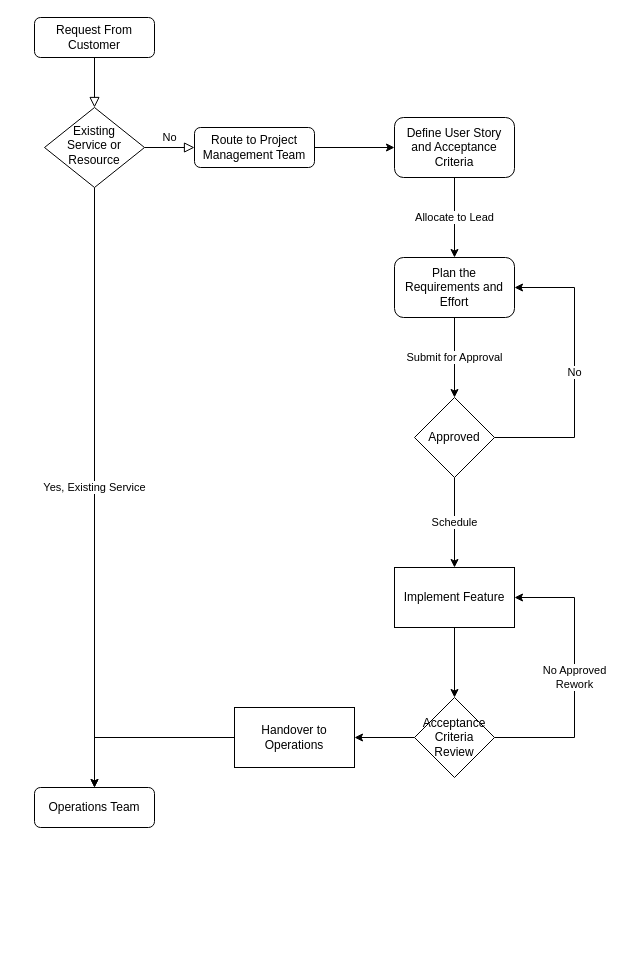
Above: Untitled Diagram.drawio in DamianFlynn/temp (draw.io), before the change. Source tidied: cells renumbered, new cells numbered last; positions are measured from the earlier drawing's top-left corner, leaving out a move shared by most shapes. Both pictures are drawn from the tidied source at 100%, with x=0, y=0 at pixel (34, 17).
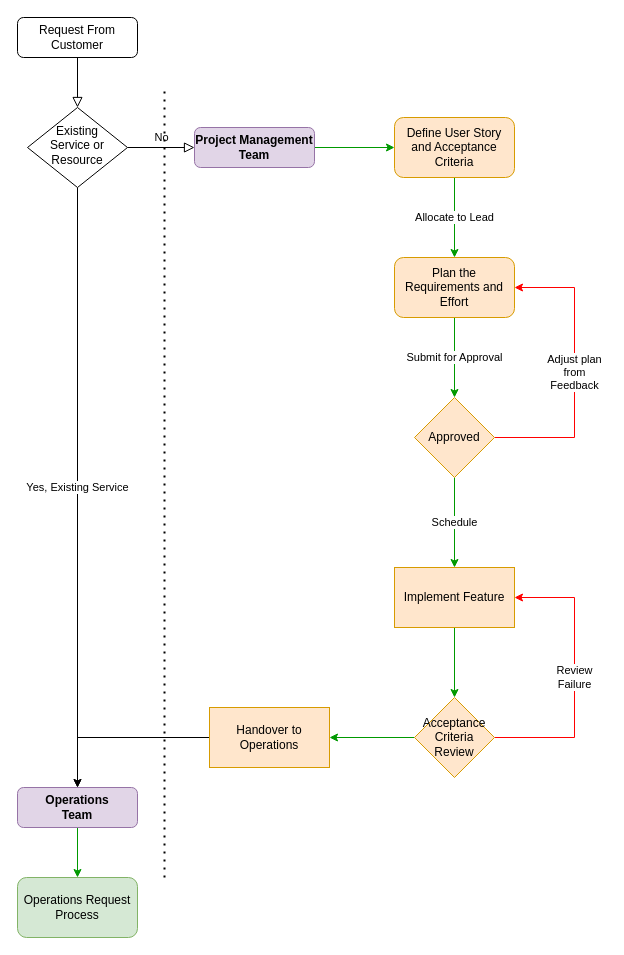
Above is the later version.

Commit message:
Customer Request Process Flow.drawio

Change to the diagram source:
```diff
@@
     <mxCell id="3" value="Request From Customer" style="rounded=1;whiteSpace=wrap;html=1;fontSize=12;glass=0;strokeWidth=1;shadow=0;" parent="1" vertex="1">
-      <mxGeometry width="120" height="40" as="geometry" />
+      <mxGeometry x="-17" width="120" height="40" as="geometry" />
     </mxCell>
@@
     <mxCell id="6" value="&lt;div&gt;Existing &lt;br&gt;&lt;/div&gt;&lt;div&gt;Service or Resource&lt;/div&gt;" style="rhombus;whiteSpace=wrap;html=1;shadow=0;fontFamily=Helvetica;fontSize=12;align=center;strokeWidth=1;spacing=6;spacingTop=-4;" parent="1" vertex="1">
-      <mxGeometry x="10" y="90" width="100" height="80" as="geometry" />
+      <mxGeometry x="-7" y="90" width="100" height="80" as="geometry" />
     </mxCell>
-    <mxCell id="7" style="edgeStyle=orthogonalEdgeStyle;rounded=0;jettySize=auto;html=1;" parent="1" edge="1" source="8" target="11">
+    <mxCell id="7" style="edgeStyle=orthogonalEdgeStyle;rounded=0;jettySize=auto;html=1;fillColor=#ffe6cc;strokeColor=#009900;" parent="1" edge="1" source="8" target="11">
       <mxGeometry relative="1" as="geometry" />
     </mxCell>
-    <mxCell id="8" value="Route to Project Management Team" style="rounded=1;whiteSpace=wrap;html=1;fontSize=12;glass=0;strokeWidth=1;shadow=0;" parent="1" vertex="1">
+    <mxCell id="8" value="Project Management Team" style="rounded=1;whiteSpace=wrap;html=1;fontSize=12;glass=0;strokeWidth=1;shadow=0;fillColor=#e1d5e7;strokeColor=#9673a6;fontStyle=1;" parent="1" vertex="1">
       <mxGeometry x="160" y="110" width="120" height="40" as="geometry" />
     </mxCell>
+    <mxCell id="24" style="edgeStyle=orthogonalEdgeStyle;rounded=0;jettySize=auto;html=1;strokeColor=#009900;" parent="1" edge="1" source="9" target="26">
+      <mxGeometry relative="1" as="geometry" />
+    </mxCell>
-    <mxCell id="9" value="Operations Team" style="rounded=1;whiteSpace=wrap;html=1;fontSize=12;glass=0;strokeWidth=1;shadow=0;" parent="1" vertex="1">
-      <mxGeometry y="770" width="120" height="40" as="geometry" />
+    <mxCell id="9" value="&lt;div&gt;Operations&lt;/div&gt;&lt;div&gt;Team&lt;br&gt;&lt;/div&gt;" style="rounded=1;whiteSpace=wrap;html=1;fontSize=12;glass=0;strokeWidth=1;shadow=0;fontStyle=1;fillColor=#e1d5e7;strokeColor=#9673a6;" parent="1" vertex="1">
+      <mxGeometry x="-17" y="770" width="120" height="40" as="geometry" />
     </mxCell>
-    <mxCell id="10" value="Allocate to Lead" style="edgeStyle=orthogonalEdgeStyle;rounded=0;jettySize=auto;html=1;" parent="1" edge="1" source="11" target="13">
+    <mxCell id="10" value="Allocate to Lead" style="edgeStyle=orthogonalEdgeStyle;rounded=0;jettySize=auto;html=1;fillColor=#ffe6cc;strokeColor=#009900;" parent="1" edge="1" source="11" target="13">
       <mxGeometry relative="1" as="geometry" />
     </mxCell>
-    <mxCell id="11" value="Define User Story and Acceptance Criteria" style="whiteSpace=wrap;html=1;rounded=1;shadow=0;strokeWidth=1;glass=0;" parent="1" vertex="1">
+    <mxCell id="11" value="Define User Story and Acceptance Criteria" style="whiteSpace=wrap;html=1;rounded=1;shadow=0;strokeWidth=1;glass=0;fillColor=#ffe6cc;strokeColor=#d79b00;" parent="1" vertex="1">
       <mxGeometry x="360" y="100" width="120" height="60" as="geometry" />
     </mxCell>
-    <mxCell id="12" value="Submit for Approval" style="edgeStyle=orthogonalEdgeStyle;rounded=0;jettySize=auto;html=1;" parent="1" edge="1" source="13">
+    <mxCell id="12" value="Submit for Approval" style="edgeStyle=orthogonalEdgeStyle;rounded=0;jettySize=auto;html=1;fillColor=#ffe6cc;strokeColor=#009900;" parent="1" edge="1" source="13">
       <mxGeometry relative="1" as="geometry">
         <mxPoint x="420" y="380" as="targetPoint" />
       </mxGeometry>
     </mxCell>
-    <mxCell id="13" value="Plan the Requirements and Effort" style="whiteSpace=wrap;html=1;rounded=1;shadow=0;strokeWidth=1;glass=0;" parent="1" vertex="1">
+    <mxCell id="13" value="Plan the Requirements and Effort" style="whiteSpace=wrap;html=1;rounded=1;shadow=0;strokeWidth=1;glass=0;fillColor=#ffe6cc;strokeColor=#d79b00;" parent="1" vertex="1">
       <mxGeometry x="360" y="240" width="120" height="60" as="geometry" />
     </mxCell>
-    <mxCell id="14" value="No" style="edgeStyle=orthogonalEdgeStyle;rounded=0;jettySize=auto;html=1;entryX=1;entryY=0.5;entryDx=0;entryDy=0;exitX=1;exitY=0.5;exitDx=0;exitDy=0;" parent="1" edge="1" source="16" target="13">
+    <mxCell id="14" value="&lt;div&gt;Adjust plan&lt;/div&gt;&lt;div&gt;from&lt;/div&gt;&lt;div&gt;Feedback&lt;/div&gt;" style="edgeStyle=orthogonalEdgeStyle;rounded=0;jettySize=auto;html=1;entryX=1;entryY=0.5;entryDx=0;entryDy=0;exitX=1;exitY=0.5;exitDx=0;exitDy=0;fillColor=#ffe6cc;strokeColor=#FF0000;" parent="1" edge="1" source="16" target="13">
       <mxGeometry relative="1" as="geometry">
         <Array as="points">
           <mxPoint x="540" y="420" />
           <mxPoint x="540" y="270" />
         </Array>
       </mxGeometry>
     </mxCell>
-    <mxCell id="15" value="Schedule" style="edgeStyle=orthogonalEdgeStyle;rounded=0;jettySize=auto;html=1;" parent="1" edge="1" source="16" target="18">
+    <mxCell id="15" value="Schedule" style="edgeStyle=orthogonalEdgeStyle;rounded=0;jettySize=auto;html=1;fillColor=#ffe6cc;strokeColor=#009900;" parent="1" edge="1" source="16" target="18">
       <mxGeometry relative="1" as="geometry" />
     </mxCell>
-    <mxCell id="16" value="Approved" style="rhombus;whiteSpace=wrap;html=1;" parent="1" vertex="1">
+    <mxCell id="16" value="Approved" style="rhombus;whiteSpace=wrap;html=1;fillColor=#ffe6cc;strokeColor=#d79b00;" parent="1" vertex="1">
       <mxGeometry x="380" y="380" width="80" height="80" as="geometry" />
     </mxCell>
-    <mxCell id="17" style="edgeStyle=orthogonalEdgeStyle;rounded=0;jettySize=auto;html=1;" parent="1" edge="1" source="18" target="21">
+    <mxCell id="17" style="edgeStyle=orthogonalEdgeStyle;rounded=0;jettySize=auto;html=1;fillColor=#ffe6cc;strokeColor=#009900;" parent="1" edge="1" source="18" target="21">
       <mxGeometry relative="1" as="geometry" />
     </mxCell>
-    <mxCell id="18" value="Implement Feature" style="whiteSpace=wrap;html=1;" parent="1" vertex="1">
+    <mxCell id="18" value="Implement Feature" style="whiteSpace=wrap;html=1;fillColor=#ffe6cc;strokeColor=#d79b00;" parent="1" vertex="1">
       <mxGeometry x="360" y="550" width="120" height="60" as="geometry" />
     </mxCell>
-    <mxCell id="19" value="&lt;div&gt;No Approved&lt;/div&gt;&lt;div&gt;Rework&lt;br&gt;&lt;/div&gt;" style="edgeStyle=orthogonalEdgeStyle;rounded=0;jettySize=auto;html=1;entryX=1;entryY=0.5;entryDx=0;entryDy=0;exitX=1;exitY=0.5;exitDx=0;exitDy=0;" parent="1" edge="1" source="21" target="18">
+    <mxCell id="19" value="&lt;div&gt;Review&lt;/div&gt;&lt;div&gt;Failure&lt;br&gt;&lt;/div&gt;" style="edgeStyle=orthogonalEdgeStyle;rounded=0;jettySize=auto;html=1;entryX=1;entryY=0.5;entryDx=0;entryDy=0;exitX=1;exitY=0.5;exitDx=0;exitDy=0;fillColor=#ffe6cc;strokeColor=#FF0000;" parent="1" edge="1" source="21" target="18">
       <mxGeometry relative="1" as="geometry">
         <Array as="points">
           <mxPoint x="540" y="720" />
           <mxPoint x="540" y="580" />
         </Array>
       </mxGeometry>
     </mxCell>
-    <mxCell id="20" style="edgeStyle=orthogonalEdgeStyle;rounded=0;jettySize=auto;html=1;" parent="1" edge="1" source="21" target="23">
+    <mxCell id="20" style="edgeStyle=orthogonalEdgeStyle;rounded=0;jettySize=auto;html=1;fillColor=#ffe6cc;strokeColor=#009900;" parent="1" edge="1" source="21" target="23">
       <mxGeometry relative="1" as="geometry" />
     </mxCell>
-    <mxCell id="21" value="Acceptance Criteria Review" style="rhombus;whiteSpace=wrap;html=1;" parent="1" vertex="1">
+    <mxCell id="21" value="Acceptance Criteria Review" style="rhombus;whiteSpace=wrap;html=1;fillColor=#ffe6cc;strokeColor=#d79b00;" parent="1" vertex="1">
       <mxGeometry x="380" y="680" width="80" height="80" as="geometry" />
     </mxCell>
@@
-    <mxCell id="23" value="Handover to Operations" style="whiteSpace=wrap;html=1;" parent="1" vertex="1">
-      <mxGeometry x="200" y="690" width="120" height="60" as="geometry" />
+    <mxCell id="23" value="Handover to Operations" style="whiteSpace=wrap;html=1;fillColor=#ffe6cc;strokeColor=#d79b00;" parent="1" vertex="1">
+      <mxGeometry x="175" y="690" width="120" height="60" as="geometry" />
     </mxCell>
+    <mxCell id="25" style="endArrow=none;dashed=1;html=1;dashPattern=1 3;strokeWidth=2;" parent="1" edge="1">
+      <mxGeometry relative="1" as="geometry">
+        <mxPoint x="130" y="860" as="sourcePoint" />
+        <mxPoint x="130" y="70" as="targetPoint" />
+      </mxGeometry>
+    </mxCell>
+    <mxCell id="26" value="Operations Request Process" style="whiteSpace=wrap;html=1;rounded=1;shadow=0;strokeWidth=1;glass=0;fillColor=#d5e8d4;strokeColor=#82b366;" parent="1" vertex="1">
+      <mxGeometry x="-17" y="860" width="120" height="60" as="geometry" />
+    </mxCell>
```
